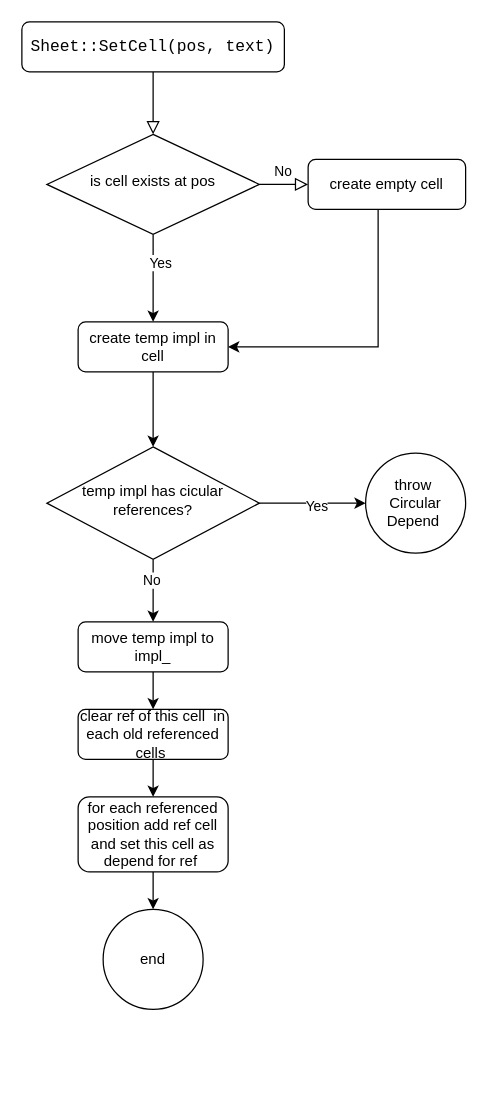
Before: new_cell.drawio in misandr/test_homework, a draw.io diagram. Source tidied: cells renumbered, new cells numbered last; positions are measured from the earlier drawing's top-left corner, leaving out a move shared by most shapes. Both pictures are drawn from the tidied source at 125%, with x=0, y=0 at pixel (21, 21).
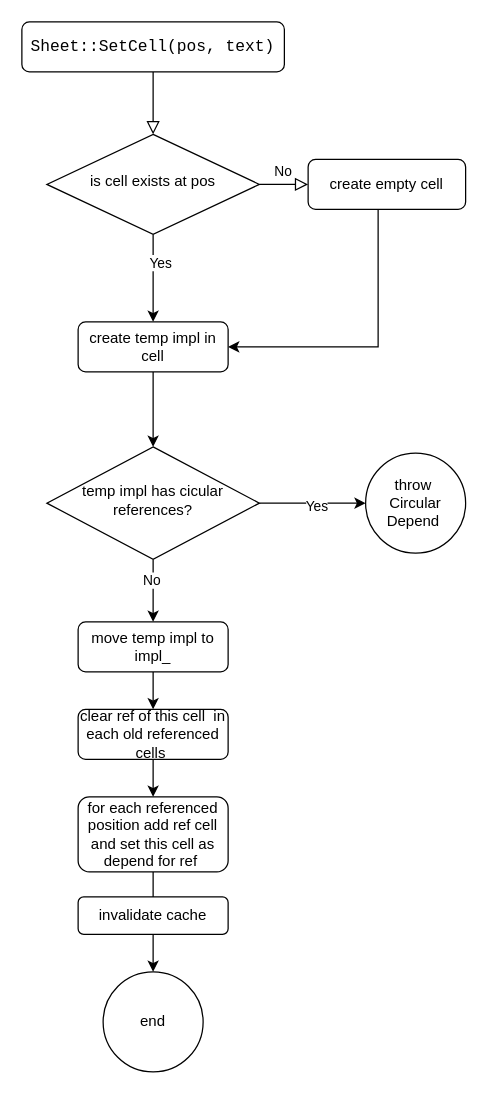
After the change.

Diff of the diagram source:
```diff
@@
     <mxCell id="24" value="end" style="ellipse;whiteSpace=wrap;html=1;" parent="1" vertex="1">
-      <mxGeometry x="65" y="710" width="80" height="80" as="geometry" />
+      <mxGeometry x="65" y="760" width="80" height="80" as="geometry" />
     </mxCell>
+    <mxCell id="25" value="invalidate cache" style="rounded=1;whiteSpace=wrap;html=1;fontSize=12;glass=0;strokeWidth=1;shadow=0;" parent="1" vertex="1">
+      <mxGeometry x="45" y="700" width="120" height="30" as="geometry" />
+    </mxCell>
```
